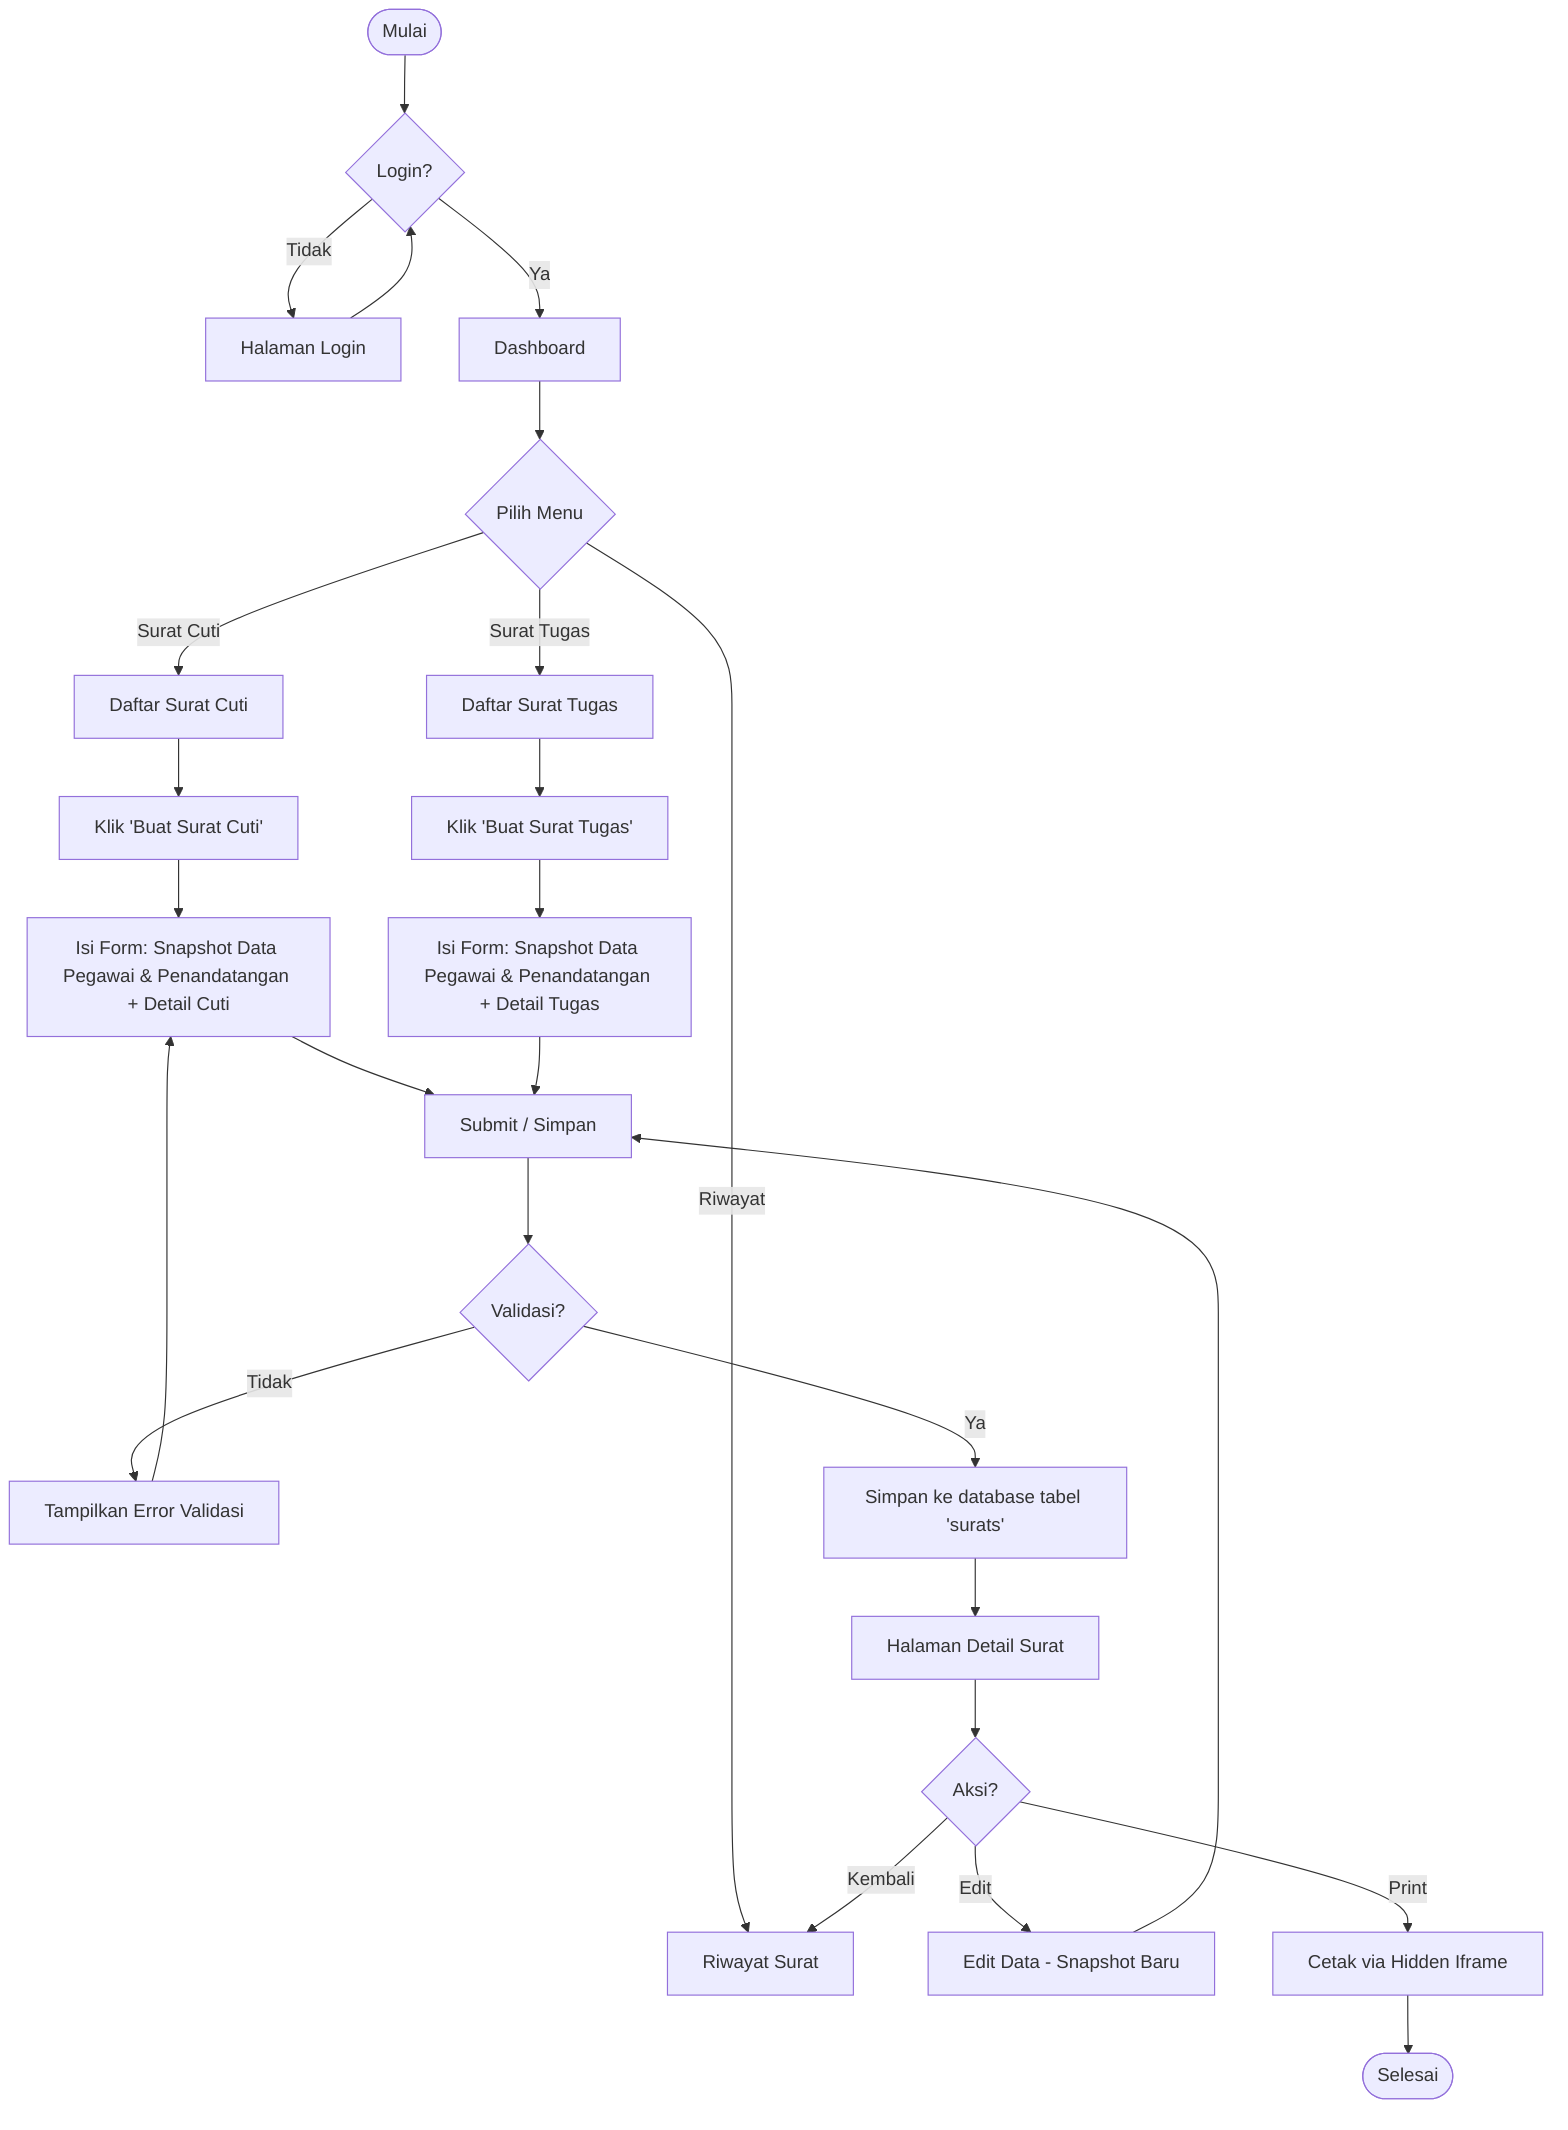
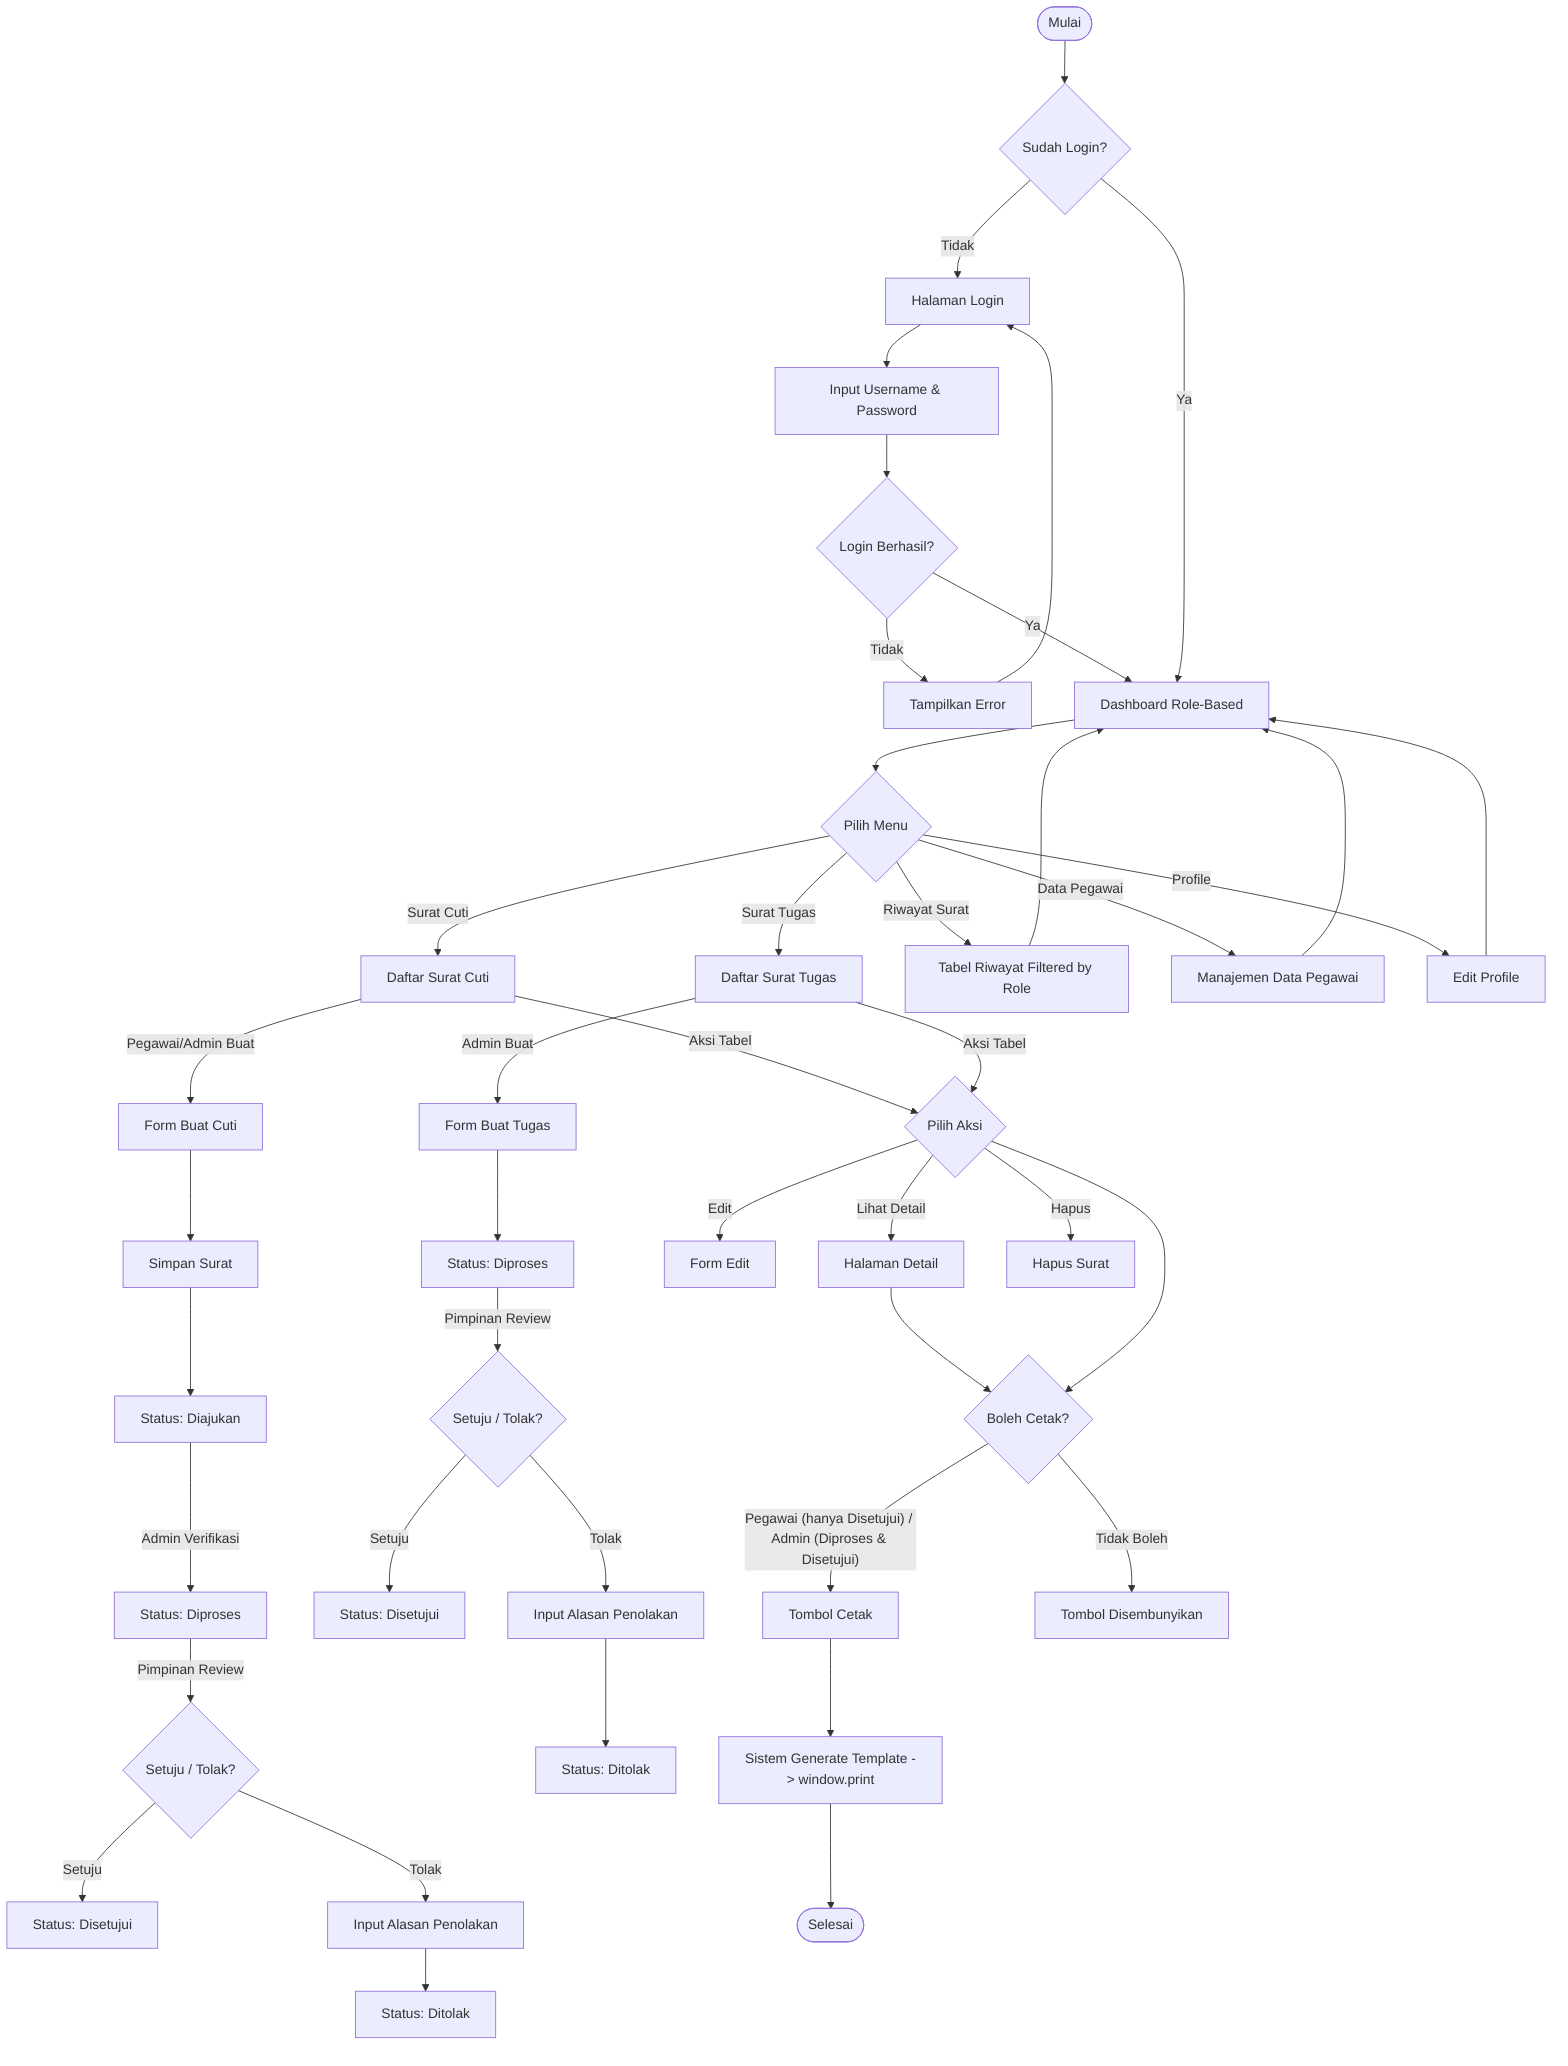
flowchart TD
-     Start([Mulai]) --> Login{Login?}
-     Login -- Tidak --> Auth[Halaman Login] --> Login
-     Login -- Ya --> Dashboard[Dashboard]
+     %% Global Nodes
+     Start([Mulai]) --> LoginCheck{Sudah Login?}

-     Dashboard --> Menu{Pilih Menu}
+     %% Auth Flow
+     LoginCheck -- Tidak --> LoginPage[Halaman Login]
+     LoginPage --> ProcessLogin[Input Username & Password]
+     ProcessLogin --> LoginSuccess{Login Berhasil?}
+     LoginSuccess -- Tidak --> LoginError[Tampilkan Error] --> LoginPage
+     LoginSuccess -- Ya --> Dashboard
+ 
+     LoginCheck -- Ya --> Dashboard
+ 
+     %% Main Navigation
+     Dashboard[Dashboard Role-Based] --> Menu{Pilih Menu}
+ 
+     %% Feature: Surat Cuti
    Menu -->|Surat Cuti| ListCuti[Daftar Surat Cuti]
+ 
+     %% Alur Pembuatan Surat Cuti
+     ListCuti -->|Pegawai/Admin Buat| CreateCuti[Form Buat Cuti]
+     CreateCuti --> SaveCuti[Simpan Surat]
+     SaveCuti --> StatusDiajukan[Status: Diajukan]
+ 
+     %% Alur Persetujuan Surat Cuti
+     StatusDiajukan -->|Admin Verifikasi| StatusDiprosesCuti[Status: Diproses]
+     StatusDiprosesCuti -->|Pimpinan Review| ReviewCuti{Setuju / Tolak?}
+     ReviewCuti -- Setuju --> StatusDisetujuiCuti[Status: Disetujui]
+     ReviewCuti -- Tolak --> ModalTolakCuti[Input Alasan Penolakan] --> StatusDitolakCuti[Status: Ditolak]
+ 
+     %% Feature: Surat Tugas
    Menu -->|Surat Tugas| ListTugas[Daftar Surat Tugas]
-     Menu -->|Riwayat| ListRiwayat[Riwayat Surat]

-     ListCuti --> CreateCuti[Klik 'Buat Surat Cuti']
-     ListTugas --> CreateTugas[Klik 'Buat Surat Tugas']
+     %% Alur Pembuatan Surat Tugas
+     ListTugas -->|Admin Buat| CreateTugas[Form Buat Tugas]
+     CreateTugas --> StatusDiprosesTugas[Status: Diproses]

-     CreateCuti --> FormCuti[Isi Form: Snapshot Data Pegawai & Penandatangan + Detail Cuti]
-     CreateTugas --> FormTugas[Isi Form: Snapshot Data Pegawai & Penandatangan + Detail Tugas]
+     %% Alur Persetujuan Surat Tugas
+     StatusDiprosesTugas -->|Pimpinan Review| ReviewTugas{Setuju / Tolak?}
+     ReviewTugas -- Setuju --> StatusDisetujuiTugas[Status: Disetujui]
+     ReviewTugas -- Tolak --> ModalTolakTugas[Input Alasan Penolakan] --> StatusDitolakTugas[Status: Ditolak]

-     FormCuti --> Submit[Submit / Simpan]
-     FormTugas --> Submit
+     %% Aksi Detail, Edit & Cetak
+     ListCuti & ListTugas -->|Aksi Tabel| TableActions{Pilih Aksi}
+     TableActions -->|Edit| EditSurat[Form Edit]
+     TableActions -->|Lihat Detail| ShowSurat[Halaman Detail]
+     TableActions -->|Hapus| DeleteSurat[Hapus Surat]

-     Submit --> Validate{Validasi?}
-     Validate -- Tidak --> ShowError[Tampilkan Error Validasi] --> FormCuti
-     Validate -- Ya --> SaveDB[Simpan ke database tabel 'surats']
+     %% Aturan Cetak
+     ShowSurat & TableActions --> PrintCheck{Boleh Cetak?}
+     PrintCheck -- "Pegawai (hanya Disetujui) / Admin (Diproses & Disetujui)" --> PrintAction[Tombol Cetak]
+     PrintCheck -- Tidak Boleh --> HidePrint[Tombol Disembunyikan]

-     SaveDB --> ShowDetail[Halaman Detail Surat]
+     PrintAction --> PrintSystem[Sistem Generate Template -> window.print]
+     PrintSystem --> Done([Selesai])

-     ShowDetail --> Action{Aksi?}
-     Action -->|Edit| EditForm[Edit Data - Snapshot Baru] --> Submit
-     Action -->|Print| Print[Cetak via Hidden Iframe] --> Done([Selesai])
-     Action -->|Kembali| ListRiwayat
+     %% Miscellaneous
+     Menu -->|Riwayat Surat| ListRiwayat[Tabel Riwayat Filtered by Role]
+     Menu -->|Data Pegawai| MasterPegawai[Manajemen Data Pegawai]
+     Menu -->|Profile| UserProfile[Edit Profile]
+ 
+     ListRiwayat & MasterPegawai & UserProfile --> Dashboard
